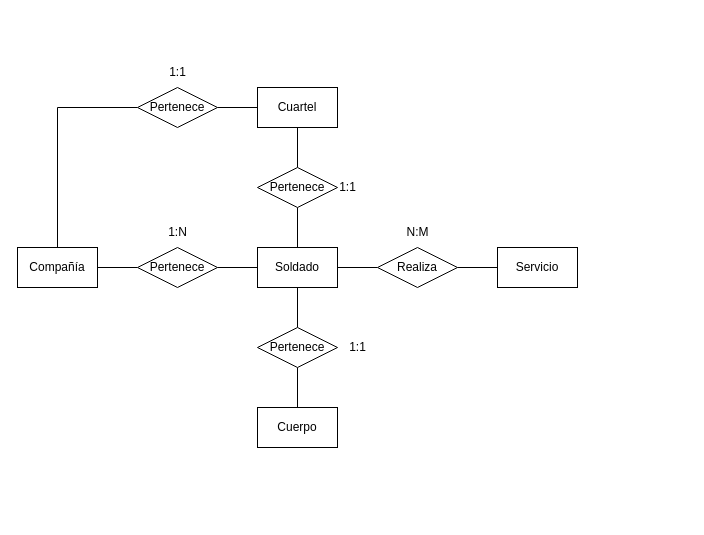
Above: BAE/tema1/tareas/Diagrama sin título.drawio in toninavhd/1-DAW_pt2 (draw.io), before the change. Source tidied: cells renumbered, new cells numbered last; positions are measured from the earlier drawing's top-left corner, leaving out a move shared by most shapes. Both pictures are drawn from the tidied source at 100%, with x=0, y=0 at pixel (17, 57).
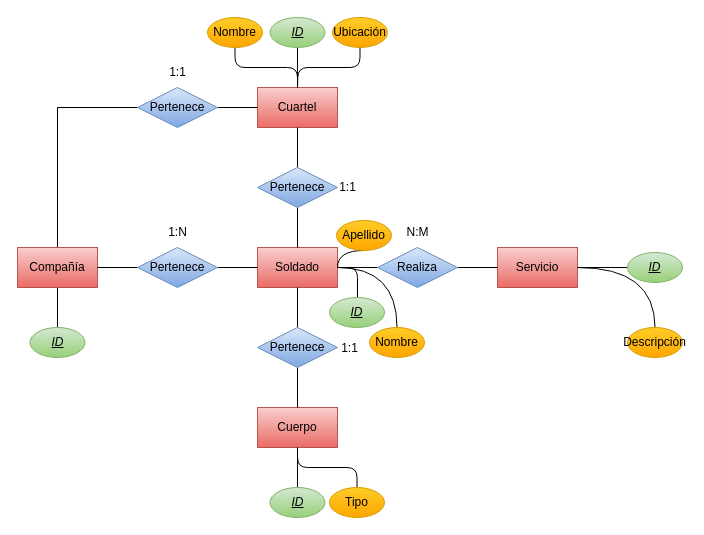
After the change.

Change to the diagram source:
```diff
@@
+    <mxCell id="27" style="edgeStyle=orthogonalEdgeStyle;rounded=1;jettySize=auto;html=1;exitX=1;exitY=0.5;exitDx=0;exitDy=0;curved=0;endArrow=none;endFill=0;" parent="1" edge="1" source="3" target="36">
+      <mxGeometry relative="1" as="geometry" />
+    </mxCell>
-    <mxCell id="3" value="Soldado" style="rounded=0;whiteSpace=wrap;html=1;" parent="1" vertex="1">
+    <mxCell id="3" value="Soldado" style="rounded=0;whiteSpace=wrap;html=1;fillColor=#f8cecc;gradientColor=#ea6b66;strokeColor=#b85450;" parent="1" vertex="1">
       <mxGeometry x="240" y="190" width="80" height="40" as="geometry" />
     </mxCell>
-    <mxCell id="4" value="Cuartel" style="rounded=0;whiteSpace=wrap;html=1;" parent="1" vertex="1">
+    <mxCell id="4" value="Cuartel" style="rounded=0;whiteSpace=wrap;html=1;fillColor=#f8cecc;gradientColor=#ea6b66;strokeColor=#b85450;" parent="1" vertex="1">
       <mxGeometry x="240" y="30" width="80" height="40" as="geometry" />
     </mxCell>
-    <mxCell id="5" value="Cuerpo" style="rounded=0;whiteSpace=wrap;html=1;" parent="1" vertex="1">
+    <mxCell id="5" value="Cuerpo" style="rounded=0;whiteSpace=wrap;html=1;fillColor=#f8cecc;gradientColor=#ea6b66;strokeColor=#b85450;" parent="1" vertex="1">
       <mxGeometry x="240" y="350" width="80" height="40" as="geometry" />
     </mxCell>
@@
+    <mxCell id="28" style="edgeStyle=orthogonalEdgeStyle;rounded=0;jettySize=auto;html=1;exitX=0.5;exitY=1;exitDx=0;exitDy=0;entryX=0.5;entryY=0;entryDx=0;entryDy=0;endArrow=none;endFill=0;" parent="1" edge="1" source="7" target="31">
+      <mxGeometry relative="1" as="geometry" />
+    </mxCell>
-    <mxCell id="7" value="Compañía" style="rounded=0;whiteSpace=wrap;html=1;" parent="1" vertex="1">
+    <mxCell id="7" value="Compañía" style="rounded=0;whiteSpace=wrap;html=1;fillColor=#f8cecc;gradientColor=#ea6b66;strokeColor=#b85450;" parent="1" vertex="1">
       <mxGeometry y="190" width="80" height="40" as="geometry" />
     </mxCell>
-    <mxCell id="8" value="Servicio" style="rounded=0;whiteSpace=wrap;html=1;" parent="1" vertex="1">
+    <mxCell id="8" value="Servicio" style="rounded=0;whiteSpace=wrap;html=1;fillColor=#f8cecc;gradientColor=#ea6b66;strokeColor=#b85450;" parent="1" vertex="1">
       <mxGeometry x="480" y="190" width="80" height="40" as="geometry" />
     </mxCell>
@@
-    <mxCell id="10" value="Realiza" style="rhombus;whiteSpace=wrap;html=1;" parent="1" vertex="1">
+    <mxCell id="10" value="Realiza" style="rhombus;whiteSpace=wrap;html=1;fillColor=#dae8fc;gradientColor=#7ea6e0;strokeColor=#6c8ebf;" parent="1" vertex="1">
       <mxGeometry x="360" y="190" width="80" height="40" as="geometry" />
     </mxCell>
@@
-    <mxCell id="13" value="Pertenece" style="rhombus;whiteSpace=wrap;html=1;" parent="1" vertex="1">
+    <mxCell id="13" value="Pertenece" style="rhombus;whiteSpace=wrap;html=1;fillColor=#dae8fc;gradientColor=#7ea6e0;strokeColor=#6c8ebf;" parent="1" vertex="1">
       <mxGeometry x="120" y="190" width="80" height="40" as="geometry" />
     </mxCell>
@@
-    <mxCell id="16" value="Pertenece" style="rhombus;whiteSpace=wrap;html=1;" parent="1" vertex="1">
+    <mxCell id="16" value="Pertenece" style="rhombus;whiteSpace=wrap;html=1;fillColor=#dae8fc;gradientColor=#7ea6e0;strokeColor=#6c8ebf;" parent="1" vertex="1">
       <mxGeometry x="240" y="110" width="80" height="40" as="geometry" />
     </mxCell>
@@
-    <mxCell id="19" value="Pertenece" style="rhombus;whiteSpace=wrap;html=1;" parent="1" vertex="1">
+    <mxCell id="19" value="Pertenece" style="rhombus;whiteSpace=wrap;html=1;strokeColor=#6c8ebf;fillColor=#dae8fc;gradientColor=#7ea6e0;" parent="1" vertex="1">
       <mxGeometry x="240" y="270" width="80" height="40" as="geometry" />
     </mxCell>
@@
     <mxCell id="21" value="1:1" style="text;html=1;align=center;verticalAlign=middle;strokeColor=none;fillColor=none;" parent="1" vertex="1">
-      <mxGeometry x="320" y="275" width="40" height="30" as="geometry" />
+      <mxGeometry x="312" y="276" width="40" height="30" as="geometry" />
     </mxCell>
@@
-    <mxCell id="24" value="Pertenece" style="rhombus;whiteSpace=wrap;html=1;" parent="1" vertex="1">
+    <mxCell id="24" value="Pertenece" style="rhombus;whiteSpace=wrap;html=1;fillColor=#dae8fc;gradientColor=#7ea6e0;strokeColor=#6c8ebf;" parent="1" vertex="1">
       <mxGeometry x="120" y="30" width="80" height="40" as="geometry" />
     </mxCell>
@@
+    <mxCell id="29" style="edgeStyle=orthogonalEdgeStyle;rounded=1;jettySize=auto;html=1;exitX=0;exitY=0.5;exitDx=0;exitDy=0;entryX=1;entryY=0.5;entryDx=0;entryDy=0;endArrow=none;endFill=0;curved=0;" parent="1" edge="1" source="30" target="8">
+      <mxGeometry relative="1" as="geometry" />
+    </mxCell>
+    <mxCell id="30" value="&lt;i&gt;&lt;u&gt;ID&lt;/u&gt;&lt;/i&gt;" style="ellipse;whiteSpace=wrap;html=1;fillColor=#d5e8d4;gradientColor=#97d077;strokeColor=#82b366;" parent="1" vertex="1">
+      <mxGeometry x="610" y="195" width="55" height="30" as="geometry" />
+    </mxCell>
+    <mxCell id="31" value="&lt;i&gt;&lt;u&gt;ID&lt;/u&gt;&lt;/i&gt;" style="ellipse;whiteSpace=wrap;html=1;fillColor=#d5e8d4;gradientColor=#97d077;strokeColor=#82b366;" parent="1" vertex="1">
+      <mxGeometry x="12.5" y="270" width="55" height="30" as="geometry" />
+    </mxCell>
+    <mxCell id="32" style="edgeStyle=orthogonalEdgeStyle;rounded=0;jettySize=auto;html=1;exitX=0.5;exitY=1;exitDx=0;exitDy=0;entryX=0.5;entryY=0;entryDx=0;entryDy=0;endArrow=none;endFill=0;" parent="1" edge="1" source="33" target="4">
+      <mxGeometry relative="1" as="geometry" />
+    </mxCell>
+    <mxCell id="33" value="&lt;i&gt;&lt;u&gt;ID&lt;/u&gt;&lt;/i&gt;" style="ellipse;whiteSpace=wrap;html=1;fillColor=#d5e8d4;gradientColor=#97d077;strokeColor=#82b366;" parent="1" vertex="1">
+      <mxGeometry x="252.5" y="-40" width="55" height="30" as="geometry" />
+    </mxCell>
+    <mxCell id="34" style="edgeStyle=orthogonalEdgeStyle;rounded=0;jettySize=auto;html=1;exitX=0.5;exitY=0;exitDx=0;exitDy=0;entryX=0.5;entryY=1;entryDx=0;entryDy=0;endArrow=none;endFill=0;" parent="1" edge="1" source="35" target="5">
+      <mxGeometry relative="1" as="geometry" />
+    </mxCell>
+    <mxCell id="35" value="&lt;i&gt;&lt;u&gt;ID&lt;/u&gt;&lt;/i&gt;" style="ellipse;whiteSpace=wrap;html=1;fillColor=#d5e8d4;gradientColor=#97d077;strokeColor=#82b366;" parent="1" vertex="1">
+      <mxGeometry x="252.5" y="430" width="55" height="30" as="geometry" />
+    </mxCell>
+    <mxCell id="36" value="&lt;i&gt;&lt;u&gt;ID&lt;/u&gt;&lt;/i&gt;" style="ellipse;whiteSpace=wrap;html=1;fillColor=#d5e8d4;gradientColor=#97d077;strokeColor=#82b366;" parent="1" vertex="1">
+      <mxGeometry x="312" y="240" width="55" height="30" as="geometry" />
+    </mxCell>
+    <mxCell id="37" style="edgeStyle=orthogonalEdgeStyle;rounded=0;jettySize=auto;html=1;exitX=0.5;exitY=0;exitDx=0;exitDy=0;entryX=1;entryY=0.5;entryDx=0;entryDy=0;curved=1;endArrow=none;endFill=0;" parent="1" edge="1" source="38" target="3">
+      <mxGeometry relative="1" as="geometry" />
+    </mxCell>
+    <mxCell id="38" value="Nombre" style="ellipse;whiteSpace=wrap;html=1;fillColor=#ffcd28;gradientColor=#ffa500;strokeColor=#d79b00;" parent="1" vertex="1">
+      <mxGeometry x="352" y="270" width="55" height="30" as="geometry" />
+    </mxCell>
+    <mxCell id="39" style="edgeStyle=orthogonalEdgeStyle;rounded=0;jettySize=auto;html=1;exitX=0.5;exitY=1;exitDx=0;exitDy=0;entryX=1;entryY=0.5;entryDx=0;entryDy=0;endArrow=none;endFill=0;curved=1;" parent="1" edge="1" source="40" target="3">
+      <mxGeometry relative="1" as="geometry" />
+    </mxCell>
+    <mxCell id="40" value="Apellido" style="ellipse;whiteSpace=wrap;html=1;fillColor=#ffcd28;gradientColor=#ffa500;strokeColor=#d79b00;" parent="1" vertex="1">
+      <mxGeometry x="319" y="163" width="55" height="30" as="geometry" />
+    </mxCell>
+    <mxCell id="41" style="edgeStyle=orthogonalEdgeStyle;rounded=1;jettySize=auto;html=1;exitX=0.5;exitY=0;exitDx=0;exitDy=0;endArrow=none;endFill=0;curved=0;" parent="1" edge="1" source="42" target="5">
+      <mxGeometry relative="1" as="geometry" />
+    </mxCell>
+    <mxCell id="42" value="Tipo" style="ellipse;whiteSpace=wrap;html=1;fillColor=#ffcd28;gradientColor=#ffa500;strokeColor=#d79b00;" parent="1" vertex="1">
+      <mxGeometry x="312" y="430" width="55" height="30" as="geometry" />
+    </mxCell>
+    <mxCell id="43" style="edgeStyle=orthogonalEdgeStyle;rounded=1;jettySize=auto;html=1;exitX=0.5;exitY=1;exitDx=0;exitDy=0;entryX=0.5;entryY=0;entryDx=0;entryDy=0;curved=0;endArrow=none;endFill=0;" parent="1" edge="1" source="44" target="4">
+      <mxGeometry relative="1" as="geometry" />
+    </mxCell>
+    <mxCell id="44" value="Nombre" style="ellipse;whiteSpace=wrap;html=1;fillColor=#ffcd28;gradientColor=#ffa500;strokeColor=#d79b00;" parent="1" vertex="1">
+      <mxGeometry x="190" y="-40" width="55" height="30" as="geometry" />
+    </mxCell>
+    <mxCell id="45" style="edgeStyle=orthogonalEdgeStyle;rounded=1;jettySize=auto;html=1;exitX=0.5;exitY=1;exitDx=0;exitDy=0;endArrow=none;endFill=0;curved=0;" parent="1" edge="1" source="46">
+      <mxGeometry relative="1" as="geometry">
+        <mxPoint x="280" y="30" as="targetPoint" />
+      </mxGeometry>
+    </mxCell>
+    <mxCell id="46" value="Ubicación" style="ellipse;whiteSpace=wrap;html=1;fillColor=#ffcd28;gradientColor=#ffa500;strokeColor=#d79b00;" parent="1" vertex="1">
+      <mxGeometry x="315" y="-40" width="55" height="30" as="geometry" />
+    </mxCell>
+    <mxCell id="47" style="edgeStyle=orthogonalEdgeStyle;rounded=0;jettySize=auto;html=1;exitX=0.5;exitY=0;exitDx=0;exitDy=0;entryX=1;entryY=0.5;entryDx=0;entryDy=0;curved=1;endArrow=none;endFill=0;" parent="1" edge="1" source="48" target="8">
+      <mxGeometry relative="1" as="geometry" />
+    </mxCell>
+    <mxCell id="48" value="Descripción" style="ellipse;whiteSpace=wrap;html=1;fillColor=#ffcd28;gradientColor=#ffa500;strokeColor=#d79b00;" parent="1" vertex="1">
+      <mxGeometry x="610" y="270" width="55" height="30" as="geometry" />
+    </mxCell>
```
